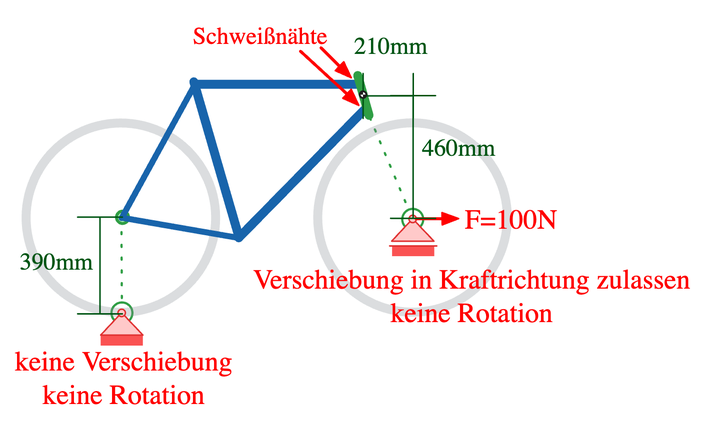
prof-schoenfelder-lab/Strukturmechanik keeps this Excalidraw diagram as docs/P3_Vernetzung/02_ANSYS_Umsetzung/images/Uebung-05-RB.excalidraw.png. Above is the earlier version. Source tidied: one line per element, renumbered; positions are measured from the earlier drawing's top-left corner, leaving out a move shared by most shapes. Its diagram source:
```json
{"id": 0, "type": "arrow", "strokeColor": "#2f9e44", "backgroundColor": "#fff5f5", "fillStyle": "solid", "strokeWidth": 1, "strokeStyle": "dotted", "roughness": 0, "endArrowhead": "circle_outline", "round": true, "to": 21, "x": 71, "y": 131, "width": 0, "height": 62, "points": [[0, 0], [0, 62]]}
{"id": 1, "type": "arrow", "strokeColor": "#2f9e44", "backgroundColor": "#fff5f5", "fillStyle": "solid", "strokeWidth": 1, "strokeStyle": "dotted", "roughness": 0, "endArrowhead": "circle_outline", "round": true, "to": 10, "x": 237, "y": 63, "width": 29, "height": 68, "points": [[0, 0], [29, 68]]}
{"id": 2, "type": "rectangle", "strokeColor": "transparent", "strokeWidth": 1, "roughness": 0, "x": 265, "y": 128, "width": 20, "height": 40}
{"id": 3, "type": "rectangle", "strokeColor": "transparent", "strokeWidth": 1, "roughness": 0, "x": 245, "y": 148, "width": 40, "height": 20}
{"id": 4, "type": "rectangle", "strokeColor": "transparent", "backgroundColor": "#fa5252", "fillStyle": "solid", "strokeWidth": 1, "roughness": 0, "x": 251, "y": 149, "width": 28, "height": 7}
{"id": 5, "type": "ellipse", "strokeColor": "#868e96", "strokeWidth": "6", "roughness": 0, "opacity": 30, "x": 7, "y": 67, "width": 126, "height": 126}
{"id": 6, "type": "ellipse", "strokeColor": "#868e96", "strokeWidth": "6", "roughness": 0, "opacity": 30, "x": 202, "y": 66, "width": 126, "height": 126}
{"id": 7, "type": "line", "strokeColor": "#e03030", "backgroundColor": "#e03030", "fillStyle": "solid", "strokeWidth": 1, "roughness": 0, "x": 250, "y": 149, "width": 32, "height": 0, "points": [[0, 0], [32, 0]]}
{"id": 8, "type": "ellipse", "strokeColor": "#2f9e44", "backgroundColor": "#b2f2bb", "fillStyle": "solid", "strokeWidth": 2, "roughness": 0, "x": 68, "y": 125, "width": 8, "height": 8}
{"id": 9, "type": "line", "strokeColor": "#e03131", "backgroundColor": "#ffc9c9", "fillStyle": "solid", "strokeWidth": 1, "roughness": 0, "x": 266, "y": 131, "width": 28, "height": 15, "points": [[0, 0], [14, 14], [-15, 14], [-1, 0]]}
{"id": 10, "type": "ellipse", "strokeColor": "#e03131", "backgroundColor": "#ffc9c9", "fillStyle": "solid", "strokeWidth": 1, "roughness": 0, "x": 263, "y": 128, "width": 5, "height": 5}
{"id": 11, "type": "line", "strokeColor": "#1864ab", "strokeWidth": 4, "roughness": 0, "x": 72, "y": 130, "width": 78, "height": 13, "points": [[0, 0], [78, 13]]}
{"id": 12, "type": "line", "strokeColor": "#1864ab", "strokeWidth": 4, "roughness": 0, "x": 71, "y": 130, "width": 48, "height": 89, "points": [[0, 0], [48, -89]]}
{"id": 13, "type": "line", "strokeColor": "#1864ab", "strokeWidth": "6", "roughness": 0, "x": 149, "y": 143, "width": 85, "height": 86, "points": [[0, 0], [85, -86]]}
{"id": 14, "type": "line", "strokeColor": "#1864ab", "strokeWidth": "6", "roughness": 0, "x": 119, "y": 39, "width": 30, "height": 104, "points": [[0, 0], [30, 104]]}
{"id": 15, "type": "line", "strokeColor": "#1864ab", "strokeWidth": "6", "roughness": 0, "x": 120, "y": 41, "width": 110, "height": 0, "points": [[0, 0], [110, 0]]}
{"id": 16, "type": "line", "strokeColor": "#2f9e44", "strokeWidth": "6", "roughness": 0, "x": 228, "y": 35, "width": 8, "height": 27, "points": [[0, 0], [8, 27]]}
{"id": 17, "type": "rectangle", "strokeColor": "transparent", "strokeWidth": 1, "roughness": 0, "x": 71, "y": 190, "width": 20, "height": 40}
{"id": 18, "type": "rectangle", "strokeColor": "transparent", "strokeWidth": 1, "roughness": 0, "x": 51, "y": 210, "width": 40, "height": 20}
{"id": 19, "type": "rectangle", "strokeColor": "transparent", "backgroundColor": "#fa5252", "fillStyle": "solid", "strokeWidth": 1, "roughness": 0, "x": 57, "y": 208, "width": 28, "height": 7}
{"id": 20, "type": "line", "strokeColor": "#e03131", "backgroundColor": "#ffc9c9", "fillStyle": "solid", "strokeWidth": 1, "roughness": 0, "x": 72, "y": 194, "width": 28, "height": 15, "points": [[0, 0], [14, 14], [-15, 14], [-1, 0]]}
{"id": 21, "type": "ellipse", "strokeColor": "#e03131", "backgroundColor": "#ffc9c9", "fillStyle": "solid", "strokeWidth": 1, "roughness": 0, "x": 69, "y": 191, "width": 5, "height": 5}
{"id": 22, "type": "rectangle", "strokeColor": "transparent", "angle": 4.71, "strokeWidth": 1, "roughness": 0, "x": 256, "y": 110, "width": 40, "height": 40}
{"id": 23, "type": "rectangle", "strokeColor": "transparent", "angle": 4.71, "strokeWidth": 1, "roughness": 0, "x": 266, "y": 120, "width": 20, "height": 40}
{"id": 24, "type": "line", "strokeColor": "#ff0000", "angle": 4.71, "backgroundColor": "#868e96", "fillStyle": "solid", "strokeWidth": 2, "roughness": 0, "x": 276, "y": 121, "width": 0, "height": 18, "points": [[0, 0], [0, 18]]}
{"id": 25, "type": "line", "strokeColor": "#ff0000", "angle": 4.71, "backgroundColor": "#ff0000", "fillStyle": "solid", "strokeWidth": 1, "roughness": 0, "x": 286, "y": 125, "width": 8, "height": 11, "points": [[0, 0], [4, 11], [8, 0], [0, 0]]}
{"id": 26, "type": "arrow", "strokeColor": "#005514", "angle": 4.71, "backgroundColor": "#005514", "fillStyle": "solid", "strokeWidth": 1, "roughness": 0, "startArrowhead": "bar", "endArrowhead": "bar", "from": 21, "x": 24, "y": 162, "width": 65, "height": 0, "points": [[0, 0], [65, 0]]}
{"id": 27, "type": "text", "text": "390mm", "strokeColor": "#005514", "strokeWidth": 0.5, "strokeStyle": "dashed", "roughness": 2, "fontSize": 16, "fontFamily": 4, "textAlign": "center", "x": 3, "y": 151, "width": 49, "height": 19}
{"id": 28, "type": "arrow", "strokeColor": "#005514", "angle": 4.71, "backgroundColor": "#005514", "fillStyle": "solid", "strokeWidth": 1, "roughness": 0, "startArrowhead": "bar", "endArrowhead": "bar", "to": 6, "x": 249, "y": 32, "width": 0, "height": 33, "points": [[0, 0], [0, 33]]}
{"id": 29, "type": "ellipse", "strokeColor": "#1e1e1e", "backgroundColor": "#1e1e1e", "fillStyle": "solid", "strokeWidth": 2.5, "roughness": 0, "x": 230, "y": 46, "width": 3, "height": 3}
{"id": 30, "type": "line", "strokeColor": "transparent", "backgroundColor": "#ffffff", "fillStyle": "solid", "strokeWidth": 2.5, "roughness": 0, "x": 232, "y": 49, "width": 2, "height": 2, "points": [[0, 0], [0, 0], [0, 0], [0, 0], [-1, 0], [-1, 0], [-1, 0], [-1, 0], [-1, 0], [-1, -1], [-1, -1], [-1, -1], [-1, -1], [-2, -1], [-2, -1], [-2, -1], [-2, -2], [0, -2], [0, 0]]}
{"id": 31, "type": "line", "strokeColor": "transparent", "backgroundColor": "#ffffff", "fillStyle": "solid", "strokeWidth": 2.5, "roughness": 0, "x": 232, "y": 46, "width": 2, "height": 2, "points": [[0, 0], [0, 0], [0, 0], [0, 0], [1, 0], [1, 0], [1, 0], [1, 0], [1, 0], [1, 1], [1, 1], [1, 1], [1, 1], [2, 1], [2, 1], [2, 1], [2, 2], [0, 2], [0, 0]]}
{"id": 32, "type": "arrow", "strokeColor": "#005514", "angle": 4.71, "backgroundColor": "#005514", "fillStyle": "solid", "strokeWidth": 1, "roughness": 0, "startArrowhead": "bar", "endArrowhead": "bar", "to": 23, "x": 306, "y": 89, "width": 82, "height": 0, "points": [[0, 0], [-82, 0]]}
{"id": 33, "type": "text", "text": "210mm", "strokeColor": "#005514", "strokeWidth": 0.5, "strokeStyle": "dashed", "roughness": 2, "fontSize": 16, "fontFamily": 4, "textAlign": "center", "x": 226, "y": 7, "width": 49, "height": 19}
{"id": 34, "type": "text", "text": "460mm", "strokeColor": "#005514", "strokeWidth": 0.5, "strokeStyle": "dashed", "roughness": 2, "fontSize": 16, "fontFamily": 4, "textAlign": "center", "x": 271, "y": 75, "width": 49, "height": 19}
{"id": 35, "type": "rectangle", "strokeColor": "transparent", "strokeWidth": 1, "roughness": 0, "x": 317, "y": 121, "width": 26, "height": 26}
{"id": 36, "type": "rectangle", "strokeColor": "transparent", "strokeWidth": 1, "roughness": 0, "x": 317, "y": 121, "width": 13, "height": 26}
{"id": 37, "type": "text", "text": "F=100N", "strokeColor": "#ff0000", "backgroundColor": "#40c057", "fillStyle": "solid", "strokeWidth": 2, "roughness": 0, "fontSize": 18.45, "fontFamily": 4, "textAlign": "center", "x": 300, "y": 121, "width": 62, "height": 22}
{"id": 38, "type": "rectangle", "strokeColor": "transparent", "strokeWidth": 1, "roughness": 0, "x": 58, "y": 216, "width": 26, "height": 26}
{"id": 39, "type": "rectangle", "strokeColor": "transparent", "strokeWidth": 1, "roughness": 0, "x": 58, "y": 216, "width": 13, "height": 26}
{"id": 40, "type": "text", "text": "keine Verschiebung\nkeine Rotation", "strokeColor": "#ff0000", "backgroundColor": "#40c057", "fillStyle": "solid", "strokeWidth": 2, "roughness": 0, "fontSize": 18.45, "fontFamily": 4, "textAlign": "center", "x": 0, "y": 216, "width": 145, "height": 44}
{"id": 41, "type": "rectangle", "strokeColor": "transparent", "strokeWidth": 1, "roughness": 0, "x": 290, "y": 161, "width": 26, "height": 26}
{"id": 42, "type": "rectangle", "strokeColor": "transparent", "strokeWidth": 1, "roughness": 0, "x": 290, "y": 161, "width": 13, "height": 26}
{"id": 43, "type": "text", "text": "Verschiebung in Kraftrichtung zulassen\nkeine Rotation", "strokeColor": "#ff0000", "backgroundColor": "#40c057", "fillStyle": "solid", "strokeWidth": 2, "roughness": 0, "fontSize": 18.45, "fontFamily": 4, "textAlign": "center", "x": 159, "y": 161, "width": 291, "height": 44}
{"id": 44, "type": "rectangle", "strokeColor": "transparent", "angle": 5.5, "strokeWidth": 1, "roughness": 0, "x": 191, "y": 3, "width": 40, "height": 40}
{"id": 45, "type": "rectangle", "strokeColor": "transparent", "angle": 5.5, "strokeWidth": 1, "roughness": 0, "x": 193, "y": 10, "width": 20, "height": 40}
{"id": 46, "type": "line", "strokeColor": "#ff0000", "angle": 5.5, "backgroundColor": "#868e96", "fillStyle": "solid", "strokeWidth": 2, "roughness": 0, "x": 210, "y": 14, "width": 0, "height": 18, "points": [[0, 0], [0, 18]]}
{"id": 47, "type": "line", "strokeColor": "#ff0000", "angle": 5.5, "backgroundColor": "#ff0000", "fillStyle": "solid", "strokeWidth": 1, "roughness": 0, "x": 216, "y": 27, "width": 8, "height": 11, "points": [[0, 0], [4, 11], [8, 0], [0, 0]]}
{"id": 48, "type": "rectangle", "strokeColor": "transparent", "angle": 5.5, "strokeWidth": 1, "roughness": 0, "x": 196, "y": 21, "width": 40, "height": 40}
{"id": 49, "type": "rectangle", "strokeColor": "transparent", "angle": 5.5, "strokeWidth": 1, "roughness": 0, "x": 198, "y": 28, "width": 20, "height": 40}
{"id": 50, "type": "line", "strokeColor": "#ff0000", "angle": 5.5, "backgroundColor": "#868e96", "fillStyle": "solid", "strokeWidth": 2, "roughness": 0, "x": 205, "y": 12, "width": 2, "height": 43, "points": [[0, 0], [2, 43]]}
{"id": 51, "type": "line", "strokeColor": "#ff0000", "angle": 5.5, "backgroundColor": "#ff0000", "fillStyle": "solid", "strokeWidth": 1, "roughness": 0, "x": 221, "y": 46, "width": 8, "height": 11, "points": [[0, 0], [4, 11], [8, 0], [0, 0]]}
{"id": 52, "type": "text", "text": "Schweißnähte", "strokeColor": "#ff0000", "strokeWidth": 0.5, "strokeStyle": "dashed", "roughness": 2, "fontSize": 16, "fontFamily": 4, "textAlign": "center", "x": 119, "y": 0, "width": 90, "height": 19}
```
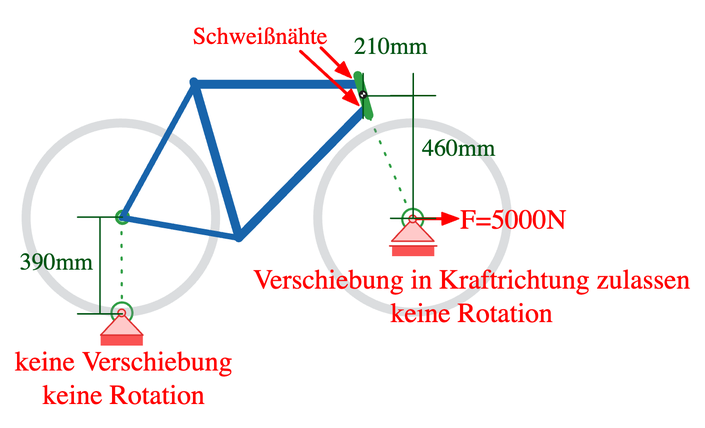
After the commit.

Commit message:
Bild neu

The edit, as a diff of the source:
```diff
@@ -35,7 +35,7 @@
 {"id": 34, "type": "text", "text": "460mm", "strokeColor": "#005514", "strokeWidth": 0.5, "strokeStyle": "dashed", "roughness": 2, "fontSize": 16, "fontFamily": 4, "textAlign": "center", "x": 271, "y": 75, "width": 49, "height": 19}
 {"id": 35, "type": "rectangle", "strokeColor": "transparent", "strokeWidth": 1, "roughness": 0, "x": 317, "y": 121, "width": 26, "height": 26}
 {"id": 36, "type": "rectangle", "strokeColor": "transparent", "strokeWidth": 1, "roughness": 0, "x": 317, "y": 121, "width": 13, "height": 26}
-{"id": 37, "type": "text", "text": "F=100N", "strokeColor": "#ff0000", "backgroundColor": "#40c057", "fillStyle": "solid", "strokeWidth": 2, "roughness": 0, "fontSize": 18.45, "fontFamily": 4, "textAlign": "center", "x": 300, "y": 121, "width": 62, "height": 22}
+{"id": 37, "type": "text", "text": "F=5000N", "strokeColor": "#ff0000", "backgroundColor": "#40c057", "fillStyle": "solid", "strokeWidth": 2, "roughness": 0, "fontSize": 18.45, "fontFamily": 4, "textAlign": "center", "x": 297, "y": 121, "width": 71, "height": 22}
 {"id": 38, "type": "rectangle", "strokeColor": "transparent", "strokeWidth": 1, "roughness": 0, "x": 58, "y": 216, "width": 26, "height": 26}
 {"id": 39, "type": "rectangle", "strokeColor": "transparent", "strokeWidth": 1, "roughness": 0, "x": 58, "y": 216, "width": 13, "height": 26}
 {"id": 40, "type": "text", "text": "keine Verschiebung\nkeine Rotation", "strokeColor": "#ff0000", "backgroundColor": "#40c057", "fillStyle": "solid", "strokeWidth": 2, "roughness": 0, "fontSize": 18.45, "fontFamily": 4, "textAlign": "center", "x": 0, "y": 216, "width": 145, "height": 44}
```
